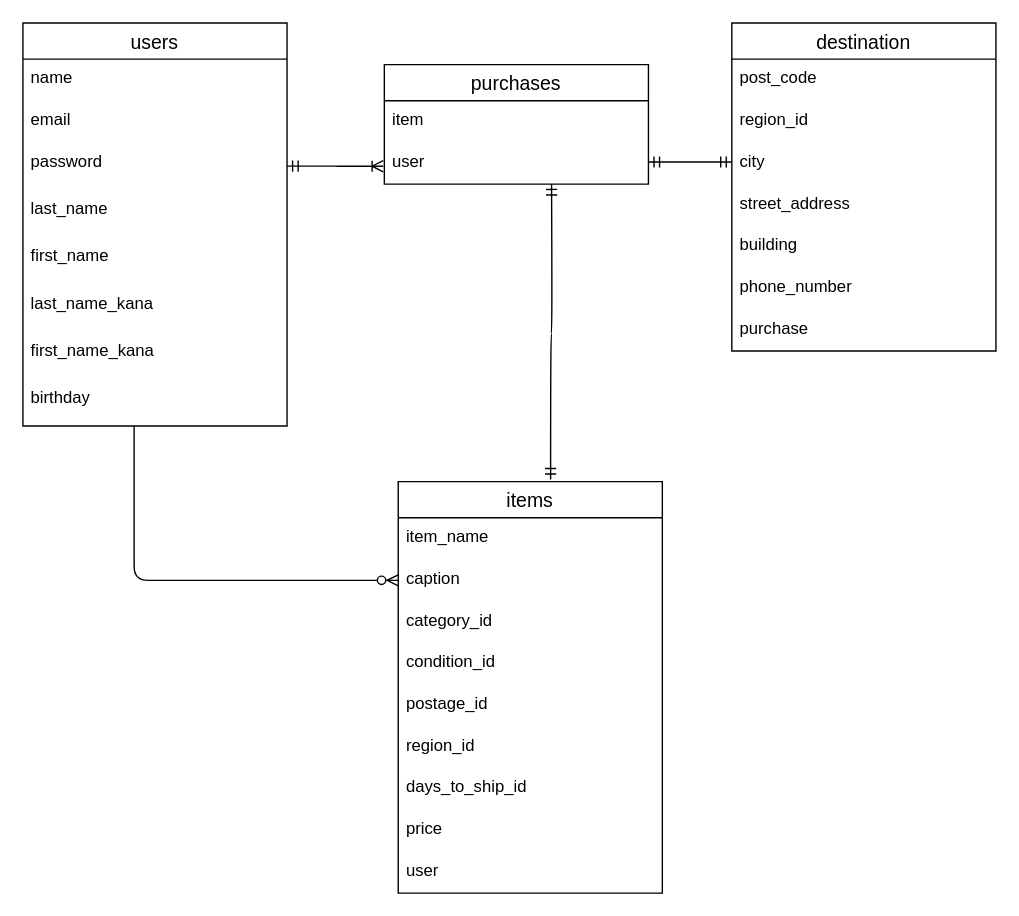
ShozoKurie/furima-39691 keeps this draw.io diagram as er.dio. Above is the earlier version. Source tidied: cells renumbered, new cells numbered last; positions are measured from the earlier drawing's top-left corner, leaving out a move shared by most shapes. Both pictures are drawn from the tidied source at 139%, with x=0, y=0 at pixel (22, 22).
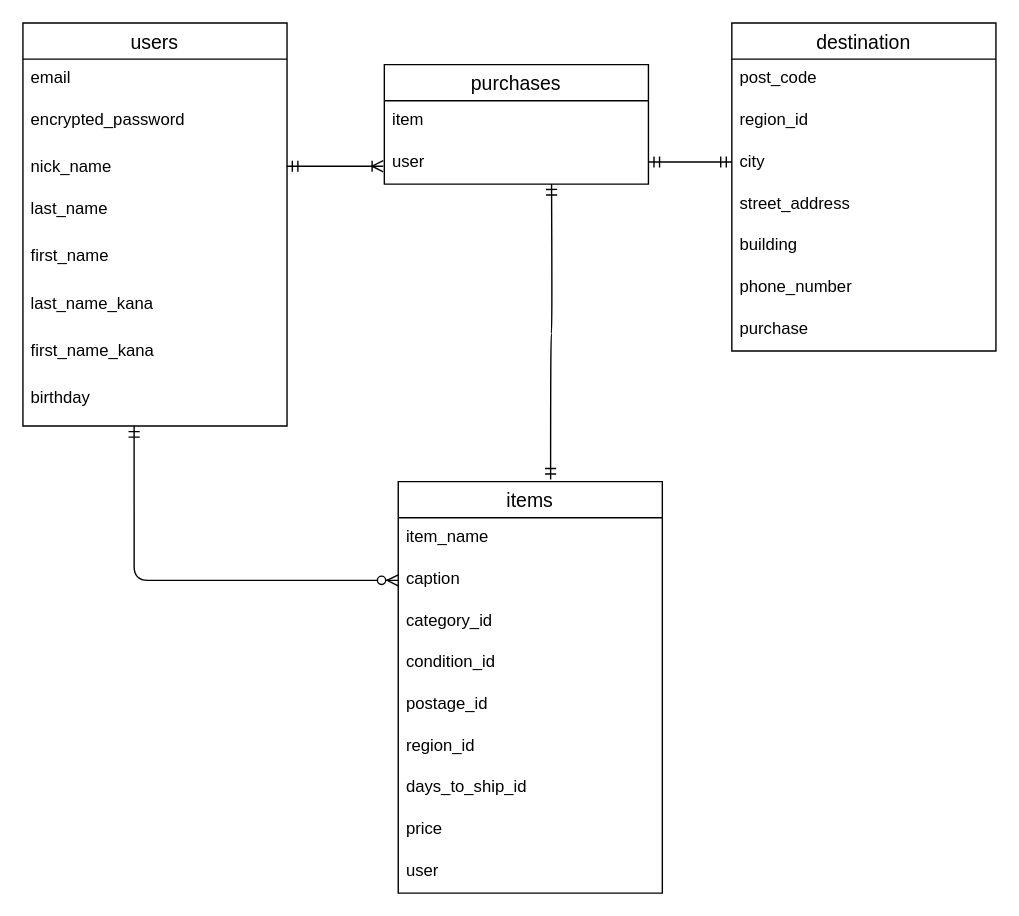
After the change.

Unchanged cells that the change refers to:
```xml
<mxCell id="2" value="users" style="swimlane;fontStyle=0;horizontal=1;startSize=26;align=center;fontSize=14;" parent="1" vertex="1">
  <mxGeometry width="190" height="290" as="geometry" />
</mxCell>
<mxCell id="10" value="birthday" style="text;strokeColor=none;fillColor=none;spacingLeft=4;spacingRight=4;overflow=hidden;points=[[0,0.5],[1,0.5]];portConstraint=eastwest;fontSize=12;" parent="2" vertex="1">
  <mxGeometry y="256" width="190" height="34" as="geometry" />
</mxCell>
<mxCell id="13" value="caption" style="text;strokeColor=none;fillColor=none;spacingLeft=4;spacingRight=4;overflow=hidden;points=[[0,0.5],[1,0.5]];portConstraint=eastwest;fontSize=12;" parent="11" vertex="1">
  <mxGeometry y="56" width="190" height="30" as="geometry" />
</mxCell>
```

What changed in the source:
```diff
@@
-    <mxCell id="3" value="name" style="text;strokeColor=none;fillColor=none;spacingLeft=4;spacingRight=4;overflow=hidden;points=[[0,0.5],[1,0.5]];portConstraint=eastwest;fontSize=12;" parent="2" vertex="1">
-      <mxGeometry y="26" width="190" height="30" as="geometry" />
-    </mxCell>
     <mxCell id="4" value="email" style="text;strokeColor=none;fillColor=none;spacingLeft=4;spacingRight=4;overflow=hidden;fontSize=12;" parent="2" vertex="1">
-      <mxGeometry y="56" width="190" height="30" as="geometry" />
+      <mxGeometry y="26" width="190" height="30" as="geometry" />
     </mxCell>
-    <mxCell id="5" value="password" style="text;strokeColor=none;fillColor=none;spacingLeft=4;spacingRight=4;overflow=hidden;points=[[0,0.5],[1,0.5]];portConstraint=eastwest;fontSize=12;" parent="2" vertex="1">
-      <mxGeometry y="86" width="190" height="34" as="geometry" />
+    <mxCell id="5" value="encrypted_password" style="text;strokeColor=none;fillColor=none;spacingLeft=4;spacingRight=4;overflow=hidden;points=[[0,0.5],[1,0.5]];portConstraint=eastwest;fontSize=12;" parent="2" vertex="1">
+      <mxGeometry y="56" width="190" height="34" as="geometry" />
     </mxCell>
+    <mxCell id="3" value="nick_name" style="text;strokeColor=none;fillColor=none;spacingLeft=4;spacingRight=4;overflow=hidden;points=[[0,0.5],[1,0.5]];portConstraint=eastwest;fontSize=12;" parent="2" vertex="1">
+      <mxGeometry y="90" width="190" height="30" as="geometry" />
+    </mxCell>
@@
-    <mxCell id="29" style="edgeStyle=entityRelationEdgeStyle;fontSize=12;html=1;endArrow=ERoneToMany;startArrow=ERmandOne;exitX=1;exitY=0.5;exitDx=0;exitDy=0;entryX=-0.004;entryY=0.571;entryDx=0;entryDy=0;entryPerimeter=0;" parent="1" edge="1" source="5">
+    <mxCell id="29" style="edgeStyle=entityRelationEdgeStyle;fontSize=12;html=1;endArrow=ERoneToMany;startArrow=ERmandOne;exitX=0.999;exitY=0.438;exitDx=0;exitDy=0;entryX=-0.004;entryY=0.571;entryDx=0;entryDy=0;entryPerimeter=0;exitPerimeter=0;" parent="1" edge="1" source="3">
       <mxGeometry relative="1" as="geometry">
         <mxPoint x="259.2" y="103.1" as="targetPoint" />
       </mxGeometry>
     </mxCell>
-    <mxCell id="30" style="edgeStyle=orthogonalEdgeStyle;fontSize=12;html=1;endArrow=ERzeroToMany;endFill=1;entryX=0;entryY=0.5;entryDx=0;entryDy=0;exitX=0.421;exitY=1;exitDx=0;exitDy=0;exitPerimeter=0;" parent="1" edge="1" source="10" target="13">
+    <mxCell id="30" style="edgeStyle=orthogonalEdgeStyle;fontSize=12;html=1;endArrow=ERzeroToMany;endFill=1;entryX=0;entryY=0.5;entryDx=0;entryDy=0;exitX=0.421;exitY=1;exitDx=0;exitDy=0;exitPerimeter=0;startArrow=ERmandOne;startFill=0;" parent="1" edge="1" source="10" target="13">
       <mxGeometry relative="1" as="geometry" />
     </mxCell>
```
